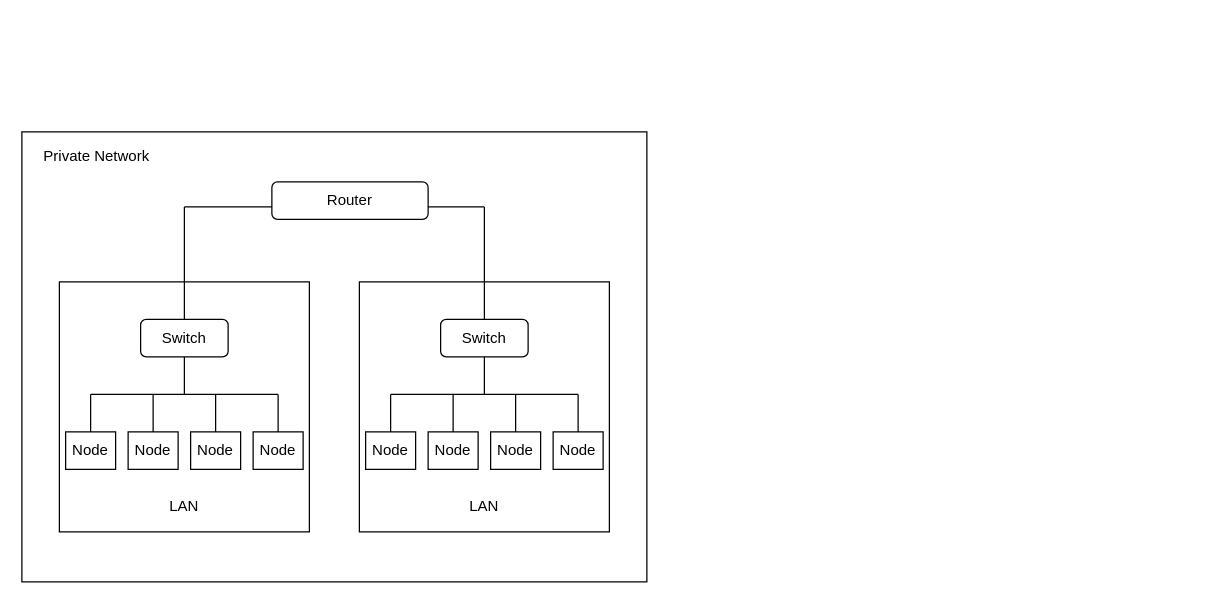
This is vpc.drawio from malliparitala/terraform-samples, a draw.io file, before an edit. Source tidied: cells renumbered, new cells numbered last; positions are measured from the earlier drawing's top-left corner, leaving out a move shared by most shapes. Both pictures are drawn from the tidied source at 125%, with x=0, y=0 at pixel (21, 131).
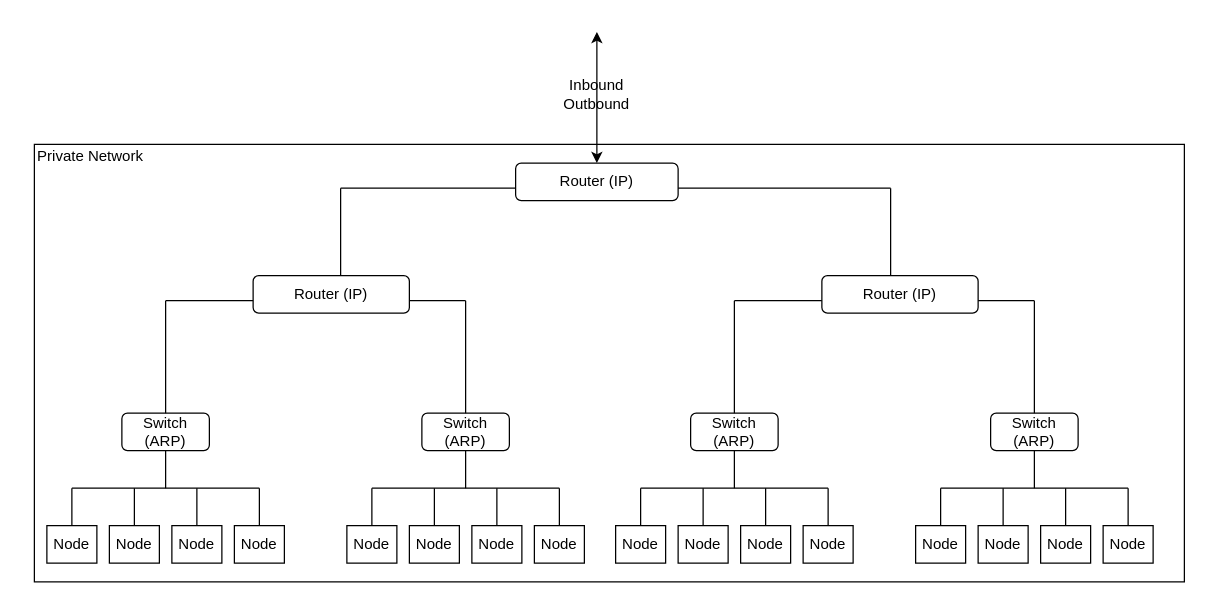
The same diagram, later.

What changed in the source:
```diff
@@
-    <mxCell id="2" style="rounded=0;whiteSpace=wrap;html=1;" parent="1" vertex="1">
-      <mxGeometry width="500" height="360" as="geometry" />
-    </mxCell>
-    <mxCell id="3" style="whiteSpace=wrap;html=1;" parent="1" vertex="1">
-      <mxGeometry x="30" y="120" width="200" height="200" as="geometry" />
-    </mxCell>
-    <mxCell id="4" value="Node" style="rounded=0;whiteSpace=wrap;html=1;" parent="1" vertex="1">
-      <mxGeometry x="85" y="240" width="40" height="30" as="geometry" />
-    </mxCell>
-    <mxCell id="5" value="Node" style="rounded=0;whiteSpace=wrap;html=1;" parent="1" vertex="1">
-      <mxGeometry x="135" y="240" width="40" height="30" as="geometry" />
-    </mxCell>
-    <mxCell id="6" value="Node" style="rounded=0;whiteSpace=wrap;html=1;" parent="1" vertex="1">
-      <mxGeometry x="185" y="240" width="40" height="30" as="geometry" />
-    </mxCell>
-    <mxCell id="7" value="Node" style="rounded=0;whiteSpace=wrap;html=1;" parent="1" vertex="1">
-      <mxGeometry x="35" y="240" width="40" height="30" as="geometry" />
-    </mxCell>
-    <mxCell id="8" value="Switch" style="rounded=1;whiteSpace=wrap;html=1;" parent="1" vertex="1">
-      <mxGeometry x="95" y="150" width="70" height="30" as="geometry" />
-    </mxCell>
-    <mxCell id="9" style="endArrow=none;html=1;exitX=0.5;exitY=0;exitDx=0;exitDy=0;" parent="1" edge="1" source="7">
-      <mxGeometry relative="1" as="geometry">
-        <mxPoint x="55" y="210" as="targetPoint" />
-      </mxGeometry>
-    </mxCell>
-    <mxCell id="10" style="endArrow=none;html=1;" parent="1" edge="1">
-      <mxGeometry relative="1" as="geometry">
-        <mxPoint x="55" y="210" as="sourcePoint" />
-        <mxPoint x="205" y="210" as="targetPoint" />
-      </mxGeometry>
-    </mxCell>
-    <mxCell id="11" style="endArrow=none;html=1;exitX=0.5;exitY=0;exitDx=0;exitDy=0;" parent="1" edge="1" source="6">
-      <mxGeometry relative="1" as="geometry">
-        <mxPoint x="205" y="210" as="targetPoint" />
-      </mxGeometry>
-    </mxCell>
-    <mxCell id="12" style="endArrow=none;html=1;entryX=0.5;entryY=1;entryDx=0;entryDy=0;" parent="1" edge="1" target="8">
-      <mxGeometry relative="1" as="geometry">
-        <mxPoint x="130" y="210" as="sourcePoint" />
-      </mxGeometry>
-    </mxCell>
-    <mxCell id="13" style="endArrow=none;html=1;exitX=0.5;exitY=0;exitDx=0;exitDy=0;" parent="1" edge="1" source="4">
-      <mxGeometry relative="1" as="geometry">
-        <mxPoint x="105" y="210" as="targetPoint" />
-      </mxGeometry>
-    </mxCell>
-    <mxCell id="14" style="endArrow=none;html=1;exitX=0.5;exitY=0;exitDx=0;exitDy=0;" parent="1" edge="1" source="5">
-      <mxGeometry relative="1" as="geometry">
-        <mxPoint x="155" y="210" as="targetPoint" />
-      </mxGeometry>
-    </mxCell>
-    <mxCell id="15" value="LAN" style="text;html=1;strokeColor=none;fillColor=none;align=center;verticalAlign=middle;whiteSpace=wrap;rounded=0;" parent="1" vertex="1">
-      <mxGeometry x="110" y="290" width="40" height="20" as="geometry" />
-    </mxCell>
-    <mxCell id="16" style="whiteSpace=wrap;html=1;" parent="1" vertex="1">
-      <mxGeometry x="270" y="120" width="200" height="200" as="geometry" />
-    </mxCell>
-    <mxCell id="17" value="Node" style="rounded=0;whiteSpace=wrap;html=1;" parent="1" vertex="1">
-      <mxGeometry x="325" y="240" width="40" height="30" as="geometry" />
-    </mxCell>
-    <mxCell id="18" value="Node" style="rounded=0;whiteSpace=wrap;html=1;" parent="1" vertex="1">
-      <mxGeometry x="375" y="240" width="40" height="30" as="geometry" />
-    </mxCell>
-    <mxCell id="19" value="Node" style="rounded=0;whiteSpace=wrap;html=1;" parent="1" vertex="1">
-      <mxGeometry x="425" y="240" width="40" height="30" as="geometry" />
-    </mxCell>
-    <mxCell id="20" value="Node" style="rounded=0;whiteSpace=wrap;html=1;" parent="1" vertex="1">
-      <mxGeometry x="275" y="240" width="40" height="30" as="geometry" />
-    </mxCell>
-    <mxCell id="21" value="Switch" style="rounded=1;whiteSpace=wrap;html=1;" parent="1" vertex="1">
-      <mxGeometry x="335" y="150" width="70" height="30" as="geometry" />
-    </mxCell>
-    <mxCell id="22" style="endArrow=none;html=1;exitX=0.5;exitY=0;exitDx=0;exitDy=0;" parent="1" edge="1" source="20">
-      <mxGeometry relative="1" as="geometry">
-        <mxPoint x="295" y="210" as="targetPoint" />
-      </mxGeometry>
-    </mxCell>
-    <mxCell id="23" style="endArrow=none;html=1;" parent="1" edge="1">
-      <mxGeometry relative="1" as="geometry">
-        <mxPoint x="295" y="210" as="sourcePoint" />
-        <mxPoint x="445" y="210" as="targetPoint" />
-      </mxGeometry>
-    </mxCell>
-    <mxCell id="24" style="endArrow=none;html=1;exitX=0.5;exitY=0;exitDx=0;exitDy=0;" parent="1" edge="1" source="19">
-      <mxGeometry relative="1" as="geometry">
-        <mxPoint x="445" y="210" as="targetPoint" />
-      </mxGeometry>
-    </mxCell>
-    <mxCell id="25" style="endArrow=none;html=1;entryX=0.5;entryY=1;entryDx=0;entryDy=0;" parent="1" edge="1" target="21">
-      <mxGeometry relative="1" as="geometry">
-        <mxPoint x="370" y="210" as="sourcePoint" />
-      </mxGeometry>
-    </mxCell>
-    <mxCell id="26" style="endArrow=none;html=1;exitX=0.5;exitY=0;exitDx=0;exitDy=0;" parent="1" edge="1" source="17">
-      <mxGeometry relative="1" as="geometry">
-        <mxPoint x="345" y="210" as="targetPoint" />
-      </mxGeometry>
-    </mxCell>
-    <mxCell id="27" style="endArrow=none;html=1;exitX=0.5;exitY=0;exitDx=0;exitDy=0;" parent="1" edge="1" source="18">
-      <mxGeometry relative="1" as="geometry">
-        <mxPoint x="395" y="210" as="targetPoint" />
-      </mxGeometry>
-    </mxCell>
-    <mxCell id="28" value="LAN" style="text;html=1;strokeColor=none;fillColor=none;align=center;verticalAlign=middle;whiteSpace=wrap;rounded=0;" parent="1" vertex="1">
-      <mxGeometry x="350" y="290" width="40" height="20" as="geometry" />
-    </mxCell>
-    <mxCell id="29" value="Router" style="rounded=1;whiteSpace=wrap;html=1;" parent="1" vertex="1">
-      <mxGeometry x="200" y="40" width="125" height="30" as="geometry" />
-    </mxCell>
-    <mxCell id="30" style="endArrow=none;html=1;exitX=0.5;exitY=0;exitDx=0;exitDy=0;" parent="1" edge="1" source="21">
-      <mxGeometry relative="1" as="geometry">
-        <mxPoint x="370" y="60" as="targetPoint" />
-      </mxGeometry>
-    </mxCell>
-    <mxCell id="31" style="endArrow=none;html=1;" parent="1" edge="1">
-      <mxGeometry relative="1" as="geometry">
-        <mxPoint x="325" y="60" as="sourcePoint" />
-        <mxPoint x="370" y="60" as="targetPoint" />
-      </mxGeometry>
-    </mxCell>
-    <mxCell id="32" style="endArrow=none;html=1;entryX=0.5;entryY=0;entryDx=0;entryDy=0;" parent="1" edge="1" target="8">
-      <mxGeometry relative="1" as="geometry">
-        <mxPoint x="130" y="60" as="sourcePoint" />
-      </mxGeometry>
-    </mxCell>
-    <mxCell id="33" style="endArrow=none;html=1;" parent="1" edge="1">
-      <mxGeometry relative="1" as="geometry">
-        <mxPoint x="200" y="60" as="sourcePoint" />
-        <mxPoint x="130" y="60" as="targetPoint" />
-      </mxGeometry>
-    </mxCell>
+    <mxCell id="35" style="rounded=0;whiteSpace=wrap;html=1;" parent="1" vertex="1">
+      <mxGeometry x="10" y="10" width="920" height="350" as="geometry" />
+    </mxCell>
+    <mxCell id="36" value="Node" style="rounded=0;whiteSpace=wrap;html=1;" parent="1" vertex="1">
+      <mxGeometry x="70" y="315" width="40" height="30" as="geometry" />
+    </mxCell>
+    <mxCell id="37" value="Node" style="rounded=0;whiteSpace=wrap;html=1;" parent="1" vertex="1">
+      <mxGeometry x="120" y="315" width="40" height="30" as="geometry" />
+    </mxCell>
+    <mxCell id="38" value="Node" style="rounded=0;whiteSpace=wrap;html=1;" parent="1" vertex="1">
+      <mxGeometry x="170" y="315" width="40" height="30" as="geometry" />
+    </mxCell>
+    <mxCell id="39" value="Node" style="rounded=0;whiteSpace=wrap;html=1;" parent="1" vertex="1">
+      <mxGeometry x="20" y="315" width="40" height="30" as="geometry" />
+    </mxCell>
+    <mxCell id="40" value="Switch (ARP)" style="rounded=1;whiteSpace=wrap;html=1;" parent="1" vertex="1">
+      <mxGeometry x="80" y="225" width="70" height="30" as="geometry" />
+    </mxCell>
+    <mxCell id="41" style="endArrow=none;html=1;exitX=0.5;exitY=0;exitDx=0;exitDy=0;" parent="1" edge="1" source="39">
+      <mxGeometry relative="1" as="geometry">
+        <mxPoint x="40" y="285" as="targetPoint" />
+      </mxGeometry>
+    </mxCell>
+    <mxCell id="42" style="endArrow=none;html=1;" parent="1" edge="1">
+      <mxGeometry relative="1" as="geometry">
+        <mxPoint x="40" y="285" as="sourcePoint" />
+        <mxPoint x="190" y="285" as="targetPoint" />
+      </mxGeometry>
+    </mxCell>
+    <mxCell id="43" style="endArrow=none;html=1;exitX=0.5;exitY=0;exitDx=0;exitDy=0;" parent="1" edge="1" source="38">
+      <mxGeometry relative="1" as="geometry">
+        <mxPoint x="190" y="285" as="targetPoint" />
+      </mxGeometry>
+    </mxCell>
+    <mxCell id="44" style="endArrow=none;html=1;entryX=0.5;entryY=1;entryDx=0;entryDy=0;" parent="1" edge="1" target="40">
+      <mxGeometry relative="1" as="geometry">
+        <mxPoint x="115" y="285" as="sourcePoint" />
+      </mxGeometry>
+    </mxCell>
+    <mxCell id="45" style="endArrow=none;html=1;exitX=0.5;exitY=0;exitDx=0;exitDy=0;" parent="1" edge="1" source="36">
+      <mxGeometry relative="1" as="geometry">
+        <mxPoint x="90" y="285" as="targetPoint" />
+      </mxGeometry>
+    </mxCell>
+    <mxCell id="46" style="endArrow=none;html=1;exitX=0.5;exitY=0;exitDx=0;exitDy=0;" parent="1" edge="1" source="37">
+      <mxGeometry relative="1" as="geometry">
+        <mxPoint x="140" y="285" as="targetPoint" />
+      </mxGeometry>
+    </mxCell>
+    <mxCell id="47" value="Node" style="rounded=0;whiteSpace=wrap;html=1;" parent="1" vertex="1">
+      <mxGeometry x="310" y="315" width="40" height="30" as="geometry" />
+    </mxCell>
+    <mxCell id="48" value="Node" style="rounded=0;whiteSpace=wrap;html=1;" parent="1" vertex="1">
+      <mxGeometry x="360" y="315" width="40" height="30" as="geometry" />
+    </mxCell>
+    <mxCell id="49" value="Node" style="rounded=0;whiteSpace=wrap;html=1;" parent="1" vertex="1">
+      <mxGeometry x="410" y="315" width="40" height="30" as="geometry" />
+    </mxCell>
+    <mxCell id="50" value="Node" style="rounded=0;whiteSpace=wrap;html=1;" parent="1" vertex="1">
+      <mxGeometry x="260" y="315" width="40" height="30" as="geometry" />
+    </mxCell>
+    <mxCell id="51" value="Switch (ARP)" style="rounded=1;whiteSpace=wrap;html=1;" parent="1" vertex="1">
+      <mxGeometry x="320" y="225" width="70" height="30" as="geometry" />
+    </mxCell>
+    <mxCell id="52" style="endArrow=none;html=1;exitX=0.5;exitY=0;exitDx=0;exitDy=0;" parent="1" edge="1" source="50">
+      <mxGeometry relative="1" as="geometry">
+        <mxPoint x="280" y="285" as="targetPoint" />
+      </mxGeometry>
+    </mxCell>
+    <mxCell id="53" style="endArrow=none;html=1;" parent="1" edge="1">
+      <mxGeometry relative="1" as="geometry">
+        <mxPoint x="280" y="285" as="sourcePoint" />
+        <mxPoint x="430" y="285" as="targetPoint" />
+      </mxGeometry>
+    </mxCell>
+    <mxCell id="54" style="endArrow=none;html=1;exitX=0.5;exitY=0;exitDx=0;exitDy=0;" parent="1" edge="1" source="49">
+      <mxGeometry relative="1" as="geometry">
+        <mxPoint x="430" y="285" as="targetPoint" />
+      </mxGeometry>
+    </mxCell>
+    <mxCell id="55" style="endArrow=none;html=1;entryX=0.5;entryY=1;entryDx=0;entryDy=0;" parent="1" edge="1" target="51">
+      <mxGeometry relative="1" as="geometry">
+        <mxPoint x="355" y="285" as="sourcePoint" />
+      </mxGeometry>
+    </mxCell>
+    <mxCell id="56" style="endArrow=none;html=1;exitX=0.5;exitY=0;exitDx=0;exitDy=0;" parent="1" edge="1" source="47">
+      <mxGeometry relative="1" as="geometry">
+        <mxPoint x="330" y="285" as="targetPoint" />
+      </mxGeometry>
+    </mxCell>
+    <mxCell id="57" style="endArrow=none;html=1;exitX=0.5;exitY=0;exitDx=0;exitDy=0;" parent="1" edge="1" source="48">
+      <mxGeometry relative="1" as="geometry">
+        <mxPoint x="380" y="285" as="targetPoint" />
+      </mxGeometry>
+    </mxCell>
+    <mxCell id="58" value="Router (IP)" style="rounded=1;whiteSpace=wrap;html=1;" parent="1" vertex="1">
+      <mxGeometry x="185" y="115" width="125" height="30" as="geometry" />
+    </mxCell>
+    <mxCell id="59" style="endArrow=none;html=1;exitX=0.5;exitY=0;exitDx=0;exitDy=0;" parent="1" edge="1" source="51">
+      <mxGeometry relative="1" as="geometry">
+        <mxPoint x="355" y="135" as="targetPoint" />
+      </mxGeometry>
+    </mxCell>
+    <mxCell id="60" style="endArrow=none;html=1;" parent="1" edge="1">
+      <mxGeometry relative="1" as="geometry">
+        <mxPoint x="310" y="135" as="sourcePoint" />
+        <mxPoint x="355" y="135" as="targetPoint" />
+      </mxGeometry>
+    </mxCell>
+    <mxCell id="61" style="endArrow=none;html=1;entryX=0.5;entryY=0;entryDx=0;entryDy=0;" parent="1" edge="1" target="40">
+      <mxGeometry relative="1" as="geometry">
+        <mxPoint x="115" y="135" as="sourcePoint" />
+      </mxGeometry>
+    </mxCell>
+    <mxCell id="62" style="endArrow=none;html=1;" parent="1" edge="1">
+      <mxGeometry relative="1" as="geometry">
+        <mxPoint x="185" y="135" as="sourcePoint" />
+        <mxPoint x="115" y="135" as="targetPoint" />
+      </mxGeometry>
+    </mxCell>
+    <mxCell id="63" value="Node" style="rounded=0;whiteSpace=wrap;html=1;" parent="1" vertex="1">
+      <mxGeometry x="525" y="315" width="40" height="30" as="geometry" />
+    </mxCell>
+    <mxCell id="64" value="Node" style="rounded=0;whiteSpace=wrap;html=1;" parent="1" vertex="1">
+      <mxGeometry x="575" y="315" width="40" height="30" as="geometry" />
+    </mxCell>
+    <mxCell id="65" value="Node" style="rounded=0;whiteSpace=wrap;html=1;" parent="1" vertex="1">
+      <mxGeometry x="625" y="315" width="40" height="30" as="geometry" />
+    </mxCell>
+    <mxCell id="66" value="Node" style="rounded=0;whiteSpace=wrap;html=1;" parent="1" vertex="1">
+      <mxGeometry x="475" y="315" width="40" height="30" as="geometry" />
+    </mxCell>
+    <mxCell id="67" value="Switch (ARP)" style="rounded=1;whiteSpace=wrap;html=1;" parent="1" vertex="1">
+      <mxGeometry x="535" y="225" width="70" height="30" as="geometry" />
+    </mxCell>
+    <mxCell id="68" style="endArrow=none;html=1;exitX=0.5;exitY=0;exitDx=0;exitDy=0;" parent="1" edge="1" source="66">
+      <mxGeometry relative="1" as="geometry">
+        <mxPoint x="495" y="285" as="targetPoint" />
+      </mxGeometry>
+    </mxCell>
+    <mxCell id="69" style="endArrow=none;html=1;" parent="1" edge="1">
+      <mxGeometry relative="1" as="geometry">
+        <mxPoint x="495" y="285" as="sourcePoint" />
+        <mxPoint x="645" y="285" as="targetPoint" />
+      </mxGeometry>
+    </mxCell>
+    <mxCell id="70" style="endArrow=none;html=1;exitX=0.5;exitY=0;exitDx=0;exitDy=0;" parent="1" edge="1" source="65">
+      <mxGeometry relative="1" as="geometry">
+        <mxPoint x="645" y="285" as="targetPoint" />
+      </mxGeometry>
+    </mxCell>
+    <mxCell id="71" style="endArrow=none;html=1;entryX=0.5;entryY=1;entryDx=0;entryDy=0;" parent="1" edge="1" target="67">
+      <mxGeometry relative="1" as="geometry">
+        <mxPoint x="570" y="285" as="sourcePoint" />
+      </mxGeometry>
+    </mxCell>
+    <mxCell id="72" style="endArrow=none;html=1;exitX=0.5;exitY=0;exitDx=0;exitDy=0;" parent="1" edge="1" source="63">
+      <mxGeometry relative="1" as="geometry">
+        <mxPoint x="545" y="285" as="targetPoint" />
+      </mxGeometry>
+    </mxCell>
+    <mxCell id="73" style="endArrow=none;html=1;exitX=0.5;exitY=0;exitDx=0;exitDy=0;" parent="1" edge="1" source="64">
+      <mxGeometry relative="1" as="geometry">
+        <mxPoint x="595" y="285" as="targetPoint" />
+      </mxGeometry>
+    </mxCell>
+    <mxCell id="74" value="Node" style="rounded=0;whiteSpace=wrap;html=1;" parent="1" vertex="1">
+      <mxGeometry x="765" y="315" width="40" height="30" as="geometry" />
+    </mxCell>
+    <mxCell id="75" value="Node" style="rounded=0;whiteSpace=wrap;html=1;" parent="1" vertex="1">
+      <mxGeometry x="815" y="315" width="40" height="30" as="geometry" />
+    </mxCell>
+    <mxCell id="76" value="Node" style="rounded=0;whiteSpace=wrap;html=1;" parent="1" vertex="1">
+      <mxGeometry x="865" y="315" width="40" height="30" as="geometry" />
+    </mxCell>
+    <mxCell id="77" value="Node" style="rounded=0;whiteSpace=wrap;html=1;" parent="1" vertex="1">
+      <mxGeometry x="715" y="315" width="40" height="30" as="geometry" />
+    </mxCell>
+    <mxCell id="78" value="Switch (ARP)" style="rounded=1;whiteSpace=wrap;html=1;" parent="1" vertex="1">
+      <mxGeometry x="775" y="225" width="70" height="30" as="geometry" />
+    </mxCell>
+    <mxCell id="79" style="endArrow=none;html=1;exitX=0.5;exitY=0;exitDx=0;exitDy=0;" parent="1" edge="1" source="77">
+      <mxGeometry relative="1" as="geometry">
+        <mxPoint x="735" y="285" as="targetPoint" />
+      </mxGeometry>
+    </mxCell>
+    <mxCell id="80" style="endArrow=none;html=1;" parent="1" edge="1">
+      <mxGeometry relative="1" as="geometry">
+        <mxPoint x="735" y="285" as="sourcePoint" />
+        <mxPoint x="885" y="285" as="targetPoint" />
+      </mxGeometry>
+    </mxCell>
+    <mxCell id="81" style="endArrow=none;html=1;exitX=0.5;exitY=0;exitDx=0;exitDy=0;" parent="1" edge="1" source="76">
+      <mxGeometry relative="1" as="geometry">
+        <mxPoint x="885" y="285" as="targetPoint" />
+      </mxGeometry>
+    </mxCell>
+    <mxCell id="82" style="endArrow=none;html=1;entryX=0.5;entryY=1;entryDx=0;entryDy=0;" parent="1" edge="1" target="78">
+      <mxGeometry relative="1" as="geometry">
+        <mxPoint x="810" y="285" as="sourcePoint" />
+      </mxGeometry>
+    </mxCell>
+    <mxCell id="83" style="endArrow=none;html=1;exitX=0.5;exitY=0;exitDx=0;exitDy=0;" parent="1" edge="1" source="74">
+      <mxGeometry relative="1" as="geometry">
+        <mxPoint x="785" y="285" as="targetPoint" />
+      </mxGeometry>
+    </mxCell>
+    <mxCell id="84" style="endArrow=none;html=1;exitX=0.5;exitY=0;exitDx=0;exitDy=0;" parent="1" edge="1" source="75">
+      <mxGeometry relative="1" as="geometry">
+        <mxPoint x="835" y="285" as="targetPoint" />
+      </mxGeometry>
+    </mxCell>
+    <mxCell id="85" value="Router (IP)" style="rounded=1;whiteSpace=wrap;html=1;" parent="1" vertex="1">
+      <mxGeometry x="640" y="115" width="125" height="30" as="geometry" />
+    </mxCell>
+    <mxCell id="86" style="endArrow=none;html=1;exitX=0.5;exitY=0;exitDx=0;exitDy=0;" parent="1" edge="1" source="78">
+      <mxGeometry relative="1" as="geometry">
+        <mxPoint x="810" y="135" as="targetPoint" />
+      </mxGeometry>
+    </mxCell>
+    <mxCell id="87" style="endArrow=none;html=1;" parent="1" edge="1">
+      <mxGeometry relative="1" as="geometry">
+        <mxPoint x="765" y="135" as="sourcePoint" />
+        <mxPoint x="810" y="135" as="targetPoint" />
+      </mxGeometry>
+    </mxCell>
+    <mxCell id="88" style="endArrow=none;html=1;entryX=0.5;entryY=0;entryDx=0;entryDy=0;" parent="1" edge="1" target="67">
+      <mxGeometry relative="1" as="geometry">
+        <mxPoint x="570" y="135" as="sourcePoint" />
+      </mxGeometry>
+    </mxCell>
+    <mxCell id="89" style="endArrow=none;html=1;" parent="1" edge="1">
+      <mxGeometry relative="1" as="geometry">
+        <mxPoint x="640" y="135" as="sourcePoint" />
+        <mxPoint x="570" y="135" as="targetPoint" />
+      </mxGeometry>
+    </mxCell>
+    <mxCell id="90" value="Router (IP)" style="rounded=1;whiteSpace=wrap;html=1;" parent="1" vertex="1">
+      <mxGeometry x="395" y="25" width="130" height="30" as="geometry" />
+    </mxCell>
+    <mxCell id="91" style="endArrow=none;html=1;" parent="1" edge="1">
+      <mxGeometry relative="1" as="geometry">
+        <mxPoint x="255" y="45" as="sourcePoint" />
+        <mxPoint x="395" y="45" as="targetPoint" />
+      </mxGeometry>
+    </mxCell>
+    <mxCell id="92" style="endArrow=none;html=1;" parent="1" edge="1">
+      <mxGeometry relative="1" as="geometry">
+        <mxPoint x="255" y="115" as="sourcePoint" />
+        <mxPoint x="255" y="45" as="targetPoint" />
+      </mxGeometry>
+    </mxCell>
+    <mxCell id="93" style="endArrow=none;html=1;" parent="1" edge="1">
+      <mxGeometry relative="1" as="geometry">
+        <mxPoint x="525" y="45" as="sourcePoint" />
+        <mxPoint x="695" y="45" as="targetPoint" />
+      </mxGeometry>
+    </mxCell>
+    <mxCell id="94" style="endArrow=none;html=1;" parent="1" edge="1">
+      <mxGeometry relative="1" as="geometry">
+        <mxPoint x="695" y="115" as="sourcePoint" />
+        <mxPoint x="695" y="45" as="targetPoint" />
+      </mxGeometry>
+    </mxCell>
     <mxCell id="34" value="Private Network" style="text;html=1;strokeColor=none;fillColor=none;align=center;verticalAlign=middle;whiteSpace=wrap;rounded=0;" parent="1" vertex="1">
-      <mxGeometry x="10" y="10" width="100" height="20" as="geometry" />
+      <mxGeometry x="10" y="10" width="90" height="20" as="geometry" />
     </mxCell>
+    <mxCell id="95" style="endArrow=classic;startArrow=classic;html=1;exitX=0.5;exitY=0;exitDx=0;exitDy=0;" parent="1" edge="1" source="90">
+      <mxGeometry relative="1" as="geometry">
+        <mxPoint x="460" y="-80" as="targetPoint" />
+      </mxGeometry>
+    </mxCell>
+    <mxCell id="96" value="Inbound&lt;br&gt;Outbound" style="text;html=1;strokeColor=none;fillColor=none;align=center;verticalAlign=middle;whiteSpace=wrap;rounded=0;" parent="1" vertex="1">
+      <mxGeometry x="420" y="-40" width="80" height="20" as="geometry" />
+    </mxCell>
```
